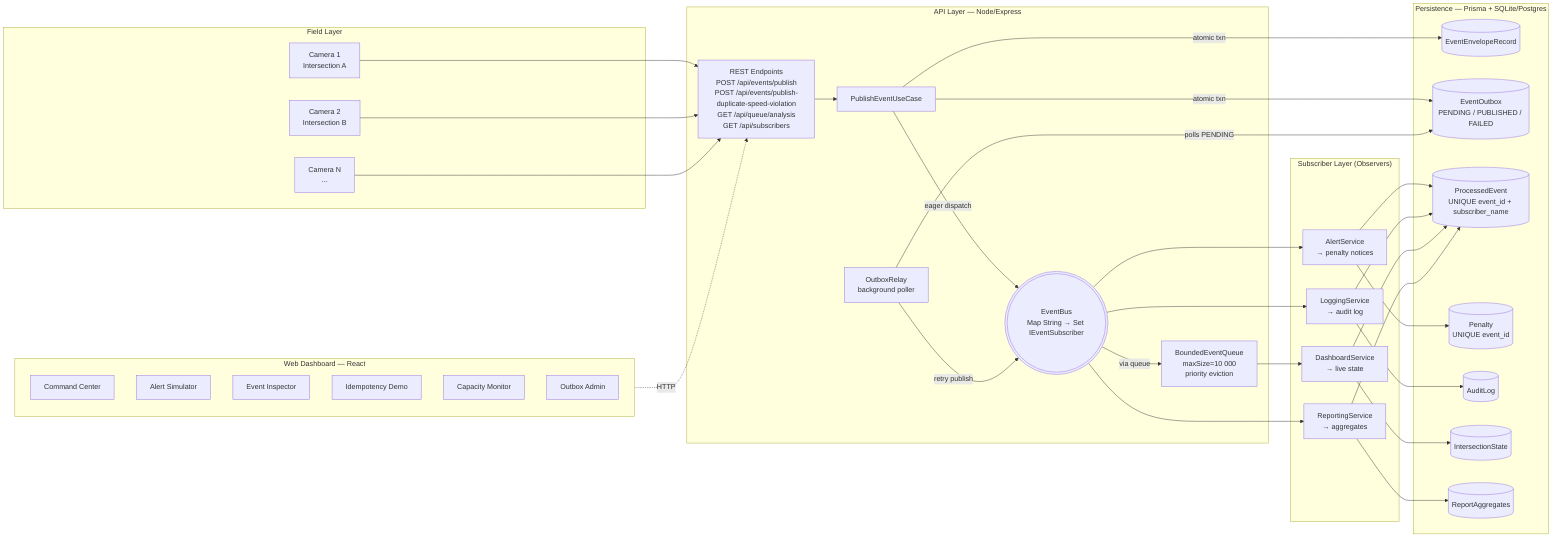
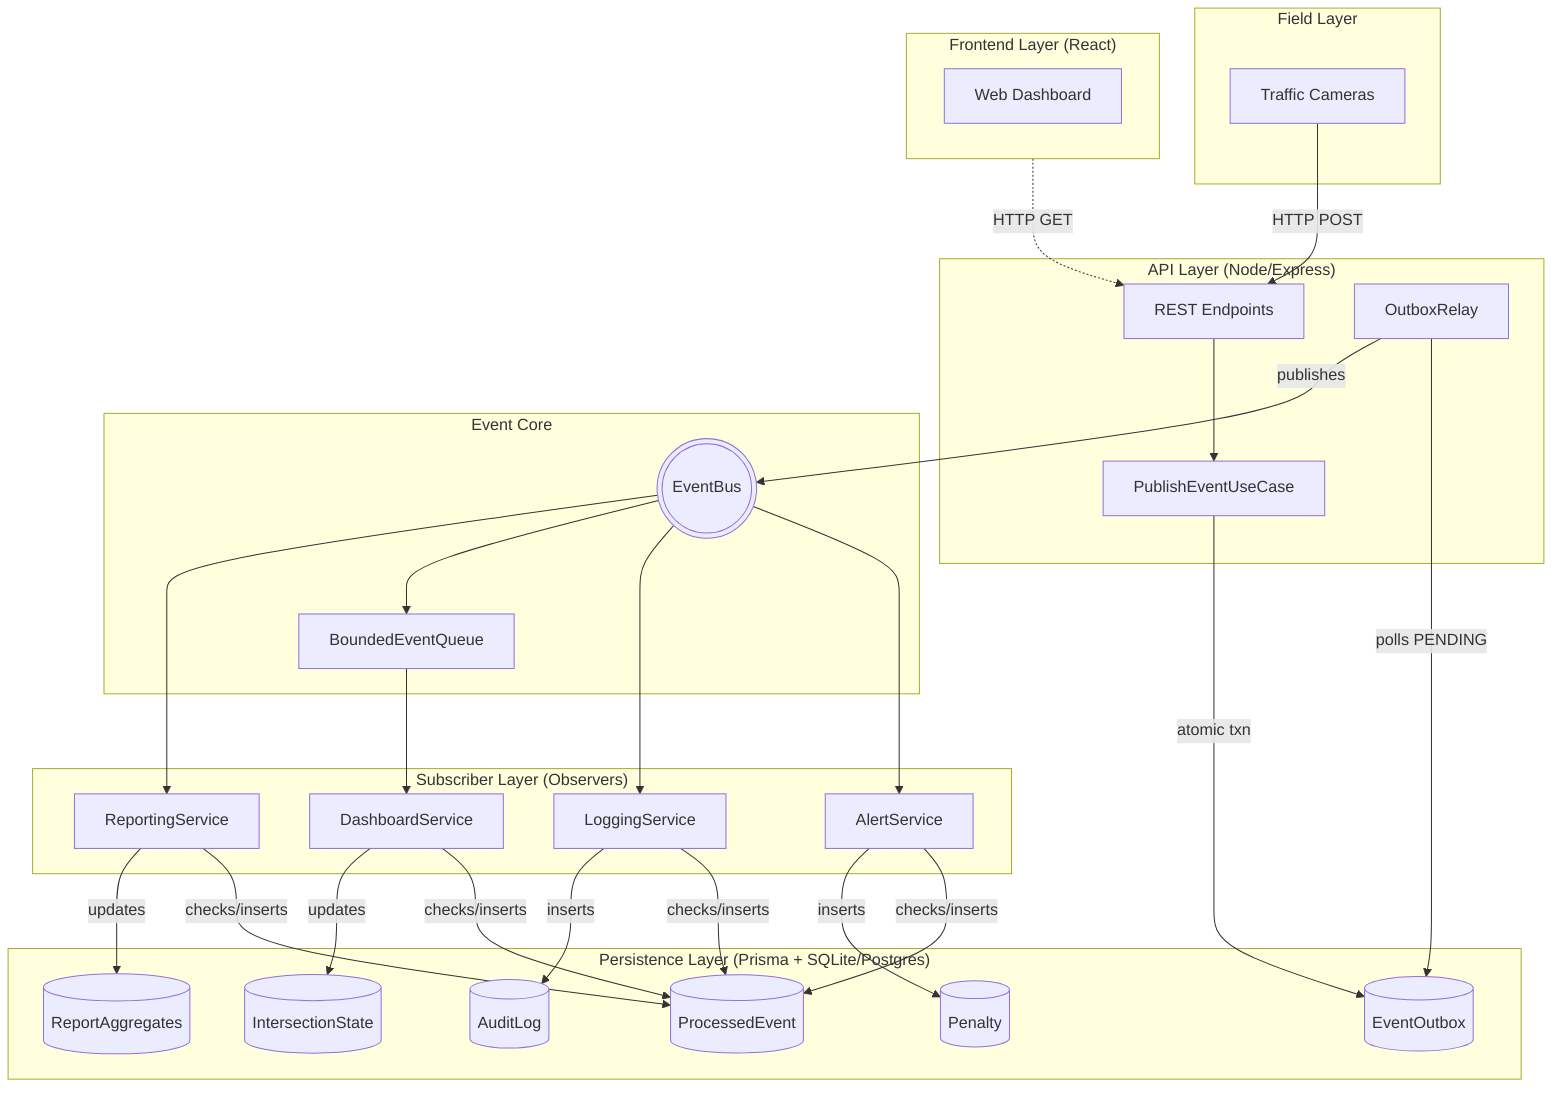
- flowchart LR
+ flowchart TD
    subgraph Field["Field Layer"]
-         Cam1[Camera 1<br/>Intersection A]
-         Cam2[Camera 2<br/>Intersection B]
-         CamN[Camera N<br/>...]
+         C[Traffic Cameras]
    end

-     subgraph API["API Layer — Node/Express"]
-         REST["REST Endpoints<br/>POST /api/events/publish<br/>POST /api/events/publish-duplicate-speed-violation<br/>GET /api/queue/analysis<br/>GET /api/subscribers"]
+     subgraph API["API Layer (Node/Express)"]
+         REST[REST Endpoints]
        UC[PublishEventUseCase]
-         Bus(((EventBus<br/>Map String → Set IEventSubscriber)))
-         BQ[BoundedEventQueue<br/>maxSize=10 000<br/>priority eviction]
-         Relay[OutboxRelay<br/>background poller]
+         Relay[OutboxRelay]
    end

-     subgraph Subs["Subscriber Layer (Observers)"]
-         Alert[AlertService<br/>→ penalty notices]
-         Log[LoggingService<br/>→ audit log]
-         Dash[DashboardService<br/>→ live state]
-         Rep[ReportingService<br/>→ aggregates]
+     subgraph Core["Event Core"]
+         Bus(((EventBus)))
+         BQ[BoundedEventQueue]
    end

-     subgraph DB["Persistence — Prisma + SQLite/Postgres"]
-         EventDB[(EventEnvelopeRecord)]
-         OutboxDB[(EventOutbox<br/>PENDING / PUBLISHED / FAILED)]
-         ProcDB[(ProcessedEvent<br/>UNIQUE event_id + subscriber_name)]
-         PenDB[(Penalty<br/>UNIQUE event_id)]
-         AuditDB[(AuditLog)]
+     subgraph Subscribers["Subscriber Layer (Observers)"]
+         A[AlertService]
+         L[LoggingService]
+         D[DashboardService]
+         R[ReportingService]
+     end
+ 
+     subgraph DB["Persistence Layer (Prisma + SQLite/Postgres)"]
+         OutboxDB[(EventOutbox)]
+         ProcDB[(ProcessedEvent)]
+         PenDB[(Penalty)]
+         AudDB[(AuditLog)]
        DashDB[(IntersectionState)]
        RepDB[(ReportAggregates)]
    end

-     subgraph UI["Web Dashboard — React"]
-         CC[Command Center]
-         Sim[Alert Simulator]
-         Insp[Event Inspector]
-         IdemUI[Idempotency Demo]
-         QueueUI[Capacity Monitor]
-         OutboxUI[Outbox Admin]
+     subgraph UI["Frontend Layer (React)"]
+         Web[Web Dashboard]
    end

-     Cam1 --> REST
-     Cam2 --> REST
-     CamN --> REST
+     C -->|HTTP POST| REST
    REST --> UC
-     UC -->|atomic txn| EventDB
    UC -->|atomic txn| OutboxDB
-     UC -->|eager dispatch| Bus
    Relay -->|polls PENDING| OutboxDB
-     Relay -->|retry publish| Bus
-     Bus --> Alert
-     Bus --> Log
-     Bus -->|via queue| BQ --> Dash
-     Bus --> Rep
-     Alert --> ProcDB
-     Alert --> PenDB
-     Log --> ProcDB
-     Log --> AuditDB
-     Dash --> ProcDB
-     Dash --> DashDB
-     Rep --> ProcDB
-     Rep --> RepDB
-     UI -.->|HTTP| REST+     Relay -->|publishes| Bus
+ 
+     Bus --> A
+     Bus --> L
+     Bus --> BQ --> D
+     Bus --> R
+ 
+     A -->|checks/inserts| ProcDB
+     A -->|inserts| PenDB
+     L -->|checks/inserts| ProcDB
+     L -->|inserts| AudDB
+     D -->|checks/inserts| ProcDB
+     D -->|updates| DashDB
+     R -->|checks/inserts| ProcDB
+     R -->|updates| RepDB
+ 
+     UI -.->|HTTP GET| REST